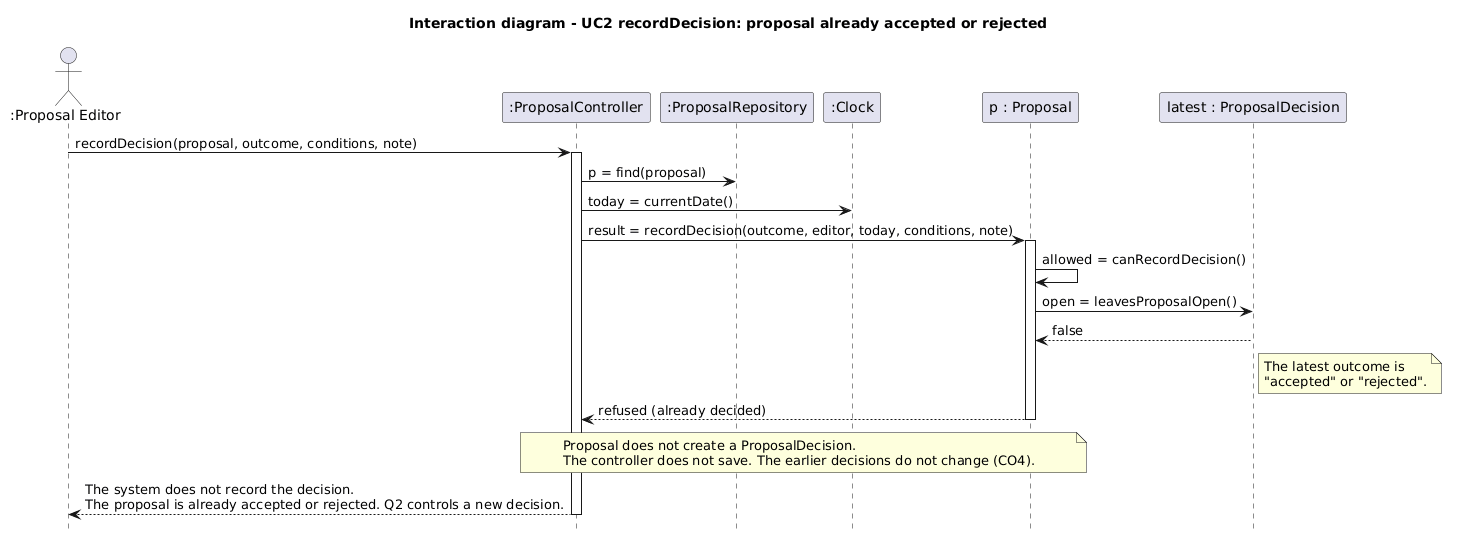
JanArnoCoetzer/Local-Podcast-Production-Service-myrepo keeps this PlantUML diagram as Diagrams/Object_Interaction_Diagrams/OID_UC2_AlreadyDecided.png. Above is the earlier version. Source of this version:
```plantuml
@startuml
title Interaction diagram - UC2 recordDecision: proposal already accepted or rejected
hide footbox

actor ":Proposal Editor" as PE
participant ":ProposalController" as PCtl
participant ":ProposalRepository" as Repo
participant ":Clock" as Clk
participant "p : Proposal" as P
participant "latest : ProposalDecision" as L

PE -> PCtl : recordDecision(proposal, outcome, conditions, note)
activate PCtl
PCtl -> Repo : p = find(proposal)
PCtl -> Clk : today = currentDate()
PCtl -> P : result = recordDecision(outcome, editor, today, conditions, note)
activate P
P -> P : allowed = canRecordDecision()
P -> L : open = leavesProposalOpen()
L --> P : false
note right of L : The latest outcome is\n"accepted" or "rejected".
P --> PCtl : refused (already decided)
deactivate P
note over PCtl, P
  Proposal does not create a ProposalDecision.
  The controller does not save. The earlier decisions do not change (CO4).
end note
PCtl --> PE : The system does not record the decision.\nThe proposal is already accepted or rejected. Q2 controls a new decision.
deactivate PCtl
@enduml
```
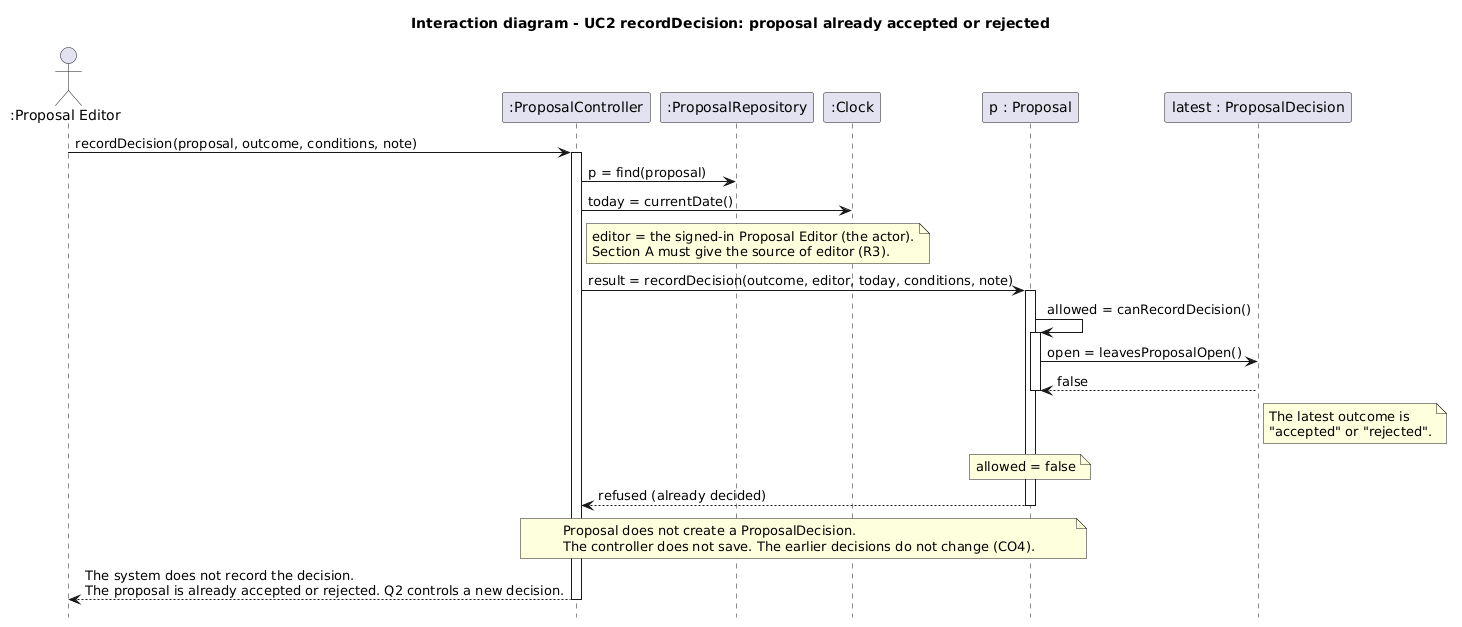
After the commit.

Diff of the diagram source:
```diff
@@ -13,12 +13,19 @@
 activate PCtl
 PCtl -> Repo : p = find(proposal)
 PCtl -> Clk : today = currentDate()
+note right of PCtl
+  editor = the signed-in Proposal Editor (the actor).
+  Section A must give the source of editor (R3).
+end note
 PCtl -> P : result = recordDecision(outcome, editor, today, conditions, note)
 activate P
 P -> P : allowed = canRecordDecision()
+activate P
 P -> L : open = leavesProposalOpen()
 L --> P : false
 note right of L : The latest outcome is\n"accepted" or "rejected".
+deactivate P
+note over P : allowed = false
 P --> PCtl : refused (already decided)
 deactivate P
 note over PCtl, P
```
